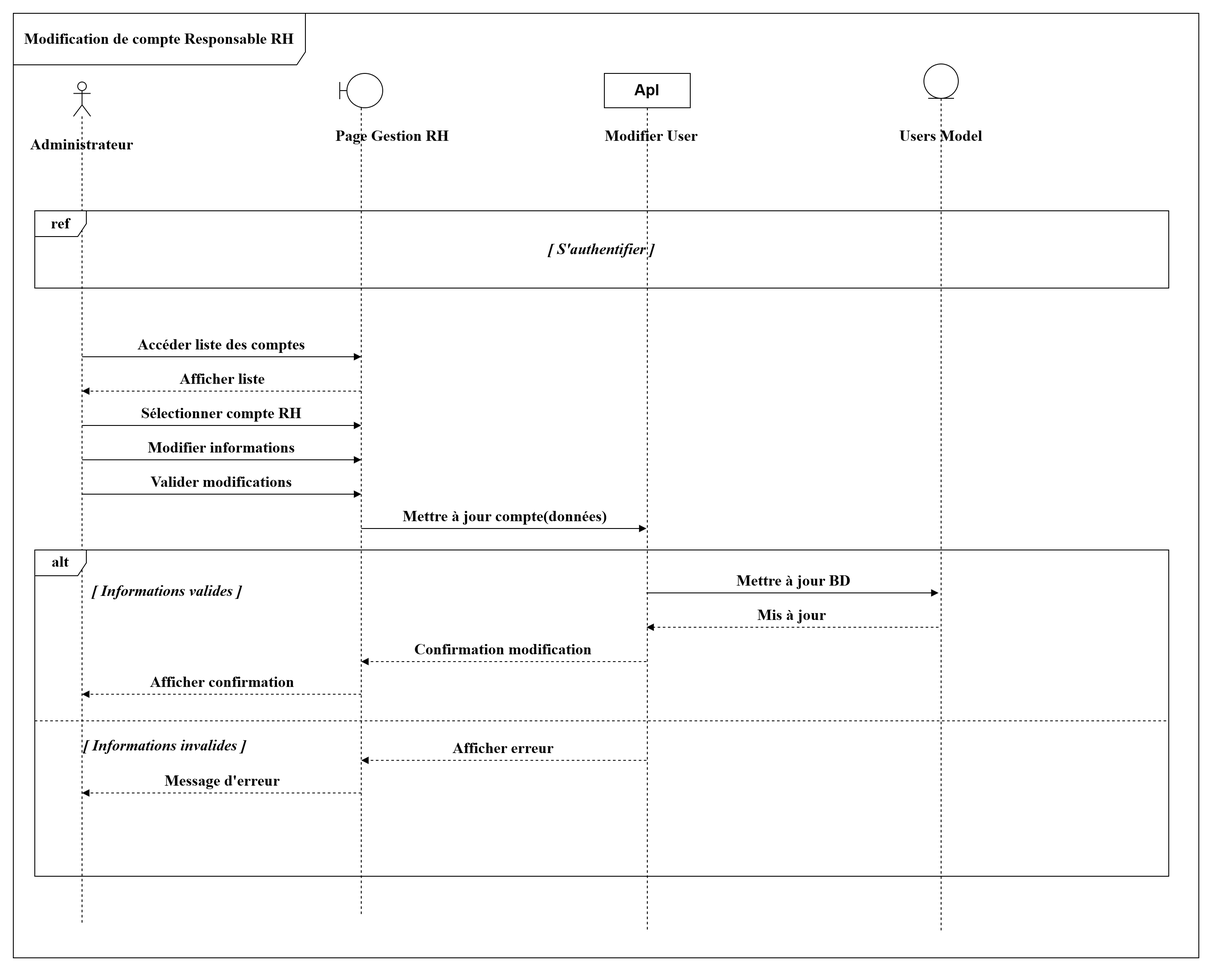
louu7895/pfe keeps this draw.io diagram as projet/images/digf/ss1/modifier_compte_rhg.drawio.png. Above is the earlier version. Source tidied: cells renumbered, new cells last; positions are measured from the earlier drawing's top-left corner, leaving out a move shared by most shapes.
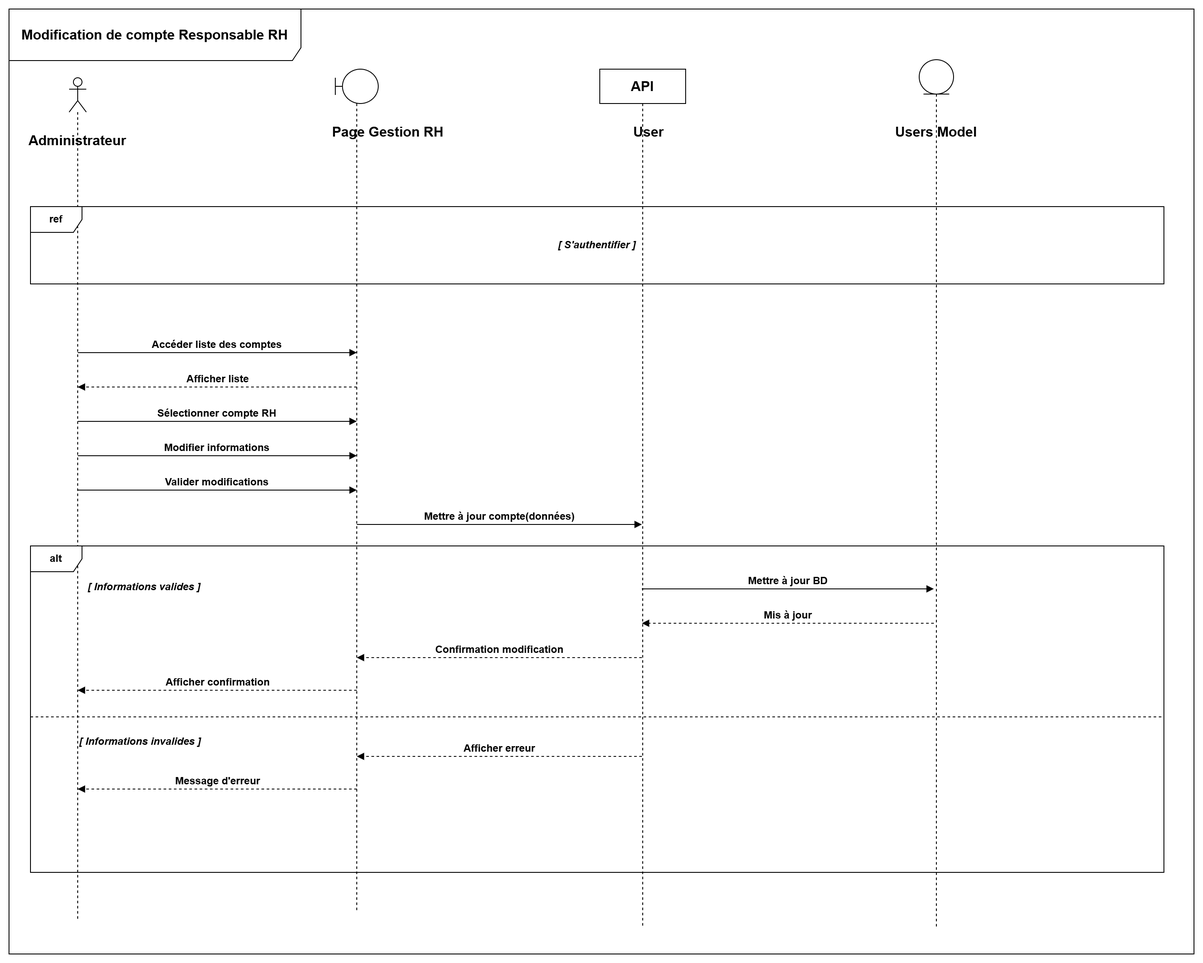
The same diagram one commit later.

What changed in the source:
```diff
@@ -2,121 +2,121 @@
   <root>
     <mxCell id="0" />
     <mxCell id="1" parent="0" />
-    <mxCell id="2" style="shape=umlLifeline;perimeter=lifelinePerimeter;whiteSpace=wrap;html=1;newEdgeStyle={&quot;curved&quot;:0,&quot;rounded&quot;:0};participant=umlActor;fontSize=18;fontFamily=Times New Roman;fontStyle=1;" parent="1" vertex="1">
+    <mxCell id="2" style="shape=umlLifeline;perimeter=lifelinePerimeter;whiteSpace=wrap;html=1;newEdgeStyle={&quot;curved&quot;:0,&quot;rounded&quot;:0};participant=umlActor;fontSize=16;fontFamily=Helvetica;fontStyle=1;" parent="1" vertex="1">
       <mxGeometry x="70" y="80" width="20" height="980" as="geometry" />
     </mxCell>
-    <mxCell id="3" style="shape=umlLifeline;perimeter=lifelinePerimeter;whiteSpace=wrap;html=1;newEdgeStyle={&quot;curved&quot;:0,&quot;rounded&quot;:0};participant=umlBoundary;fontSize=18;fontFamily=Times New Roman;fontStyle=1;" parent="1" vertex="1">
+    <mxCell id="3" style="shape=umlLifeline;perimeter=lifelinePerimeter;whiteSpace=wrap;html=1;newEdgeStyle={&quot;curved&quot;:0,&quot;rounded&quot;:0};participant=umlBoundary;fontSize=16;fontFamily=Helvetica;fontStyle=1;" parent="1" vertex="1">
       <mxGeometry x="380" y="70" width="50" height="980" as="geometry" />
     </mxCell>
-    <mxCell id="4" style="shape=umlLifeline;perimeter=lifelinePerimeter;whiteSpace=wrap;html=1;newEdgeStyle={&quot;curved&quot;:0,&quot;rounded&quot;:0};participant=umlEntity;fontSize=18;fontFamily=Times New Roman;fontStyle=1;" parent="1" vertex="1">
+    <mxCell id="4" style="shape=umlLifeline;perimeter=lifelinePerimeter;whiteSpace=wrap;html=1;newEdgeStyle={&quot;curved&quot;:0,&quot;rounded&quot;:0};participant=umlEntity;fontSize=16;fontFamily=Helvetica;fontStyle=1;" parent="1" vertex="1">
       <mxGeometry x="1060" y="59" width="40" height="1011" as="geometry" />
     </mxCell>
-    <mxCell id="5" value="Administrateur" style="text;html=1;whiteSpace=wrap;strokeColor=none;fillColor=none;align=center;verticalAlign=middle;rounded=0;fontSize=18;fontStyle=1;fontFamily=Times New Roman;" parent="1" vertex="1">
+    <mxCell id="5" value="Administrateur" style="text;html=1;whiteSpace=wrap;strokeColor=none;fillColor=none;align=center;verticalAlign=middle;rounded=0;fontSize=16;fontStyle=1;fontFamily=Helvetica;" parent="1" vertex="1">
       <mxGeometry x="15" y="140" width="130" height="25" as="geometry" />
     </mxCell>
-    <mxCell id="6" value="&amp;nbsp;Page Gestion RH&amp;nbsp;" style="text;html=1;whiteSpace=wrap;strokeColor=none;fillColor=none;align=center;verticalAlign=middle;rounded=0;fontSize=18;fontStyle=1;fontFamily=Times New Roman;" parent="1" vertex="1">
+    <mxCell id="6" value="&amp;nbsp;Page Gestion RH&amp;nbsp;" style="text;html=1;whiteSpace=wrap;strokeColor=none;fillColor=none;align=center;verticalAlign=middle;rounded=0;fontSize=16;fontStyle=1;fontFamily=Helvetica;" parent="1" vertex="1">
       <mxGeometry x="333" y="130" width="217" height="25" as="geometry" />
     </mxCell>
-    <mxCell id="7" value="Modifier User" style="text;html=1;whiteSpace=wrap;strokeColor=none;fillColor=none;align=center;verticalAlign=middle;rounded=0;fontSize=18;fontStyle=1;fontFamily=Times New Roman;" parent="1" vertex="1">
+    <mxCell id="7" value="&amp;nbsp;User" style="text;html=1;whiteSpace=wrap;strokeColor=none;fillColor=none;align=center;verticalAlign=middle;rounded=0;fontSize=16;fontStyle=1;fontFamily=Helvetica;" parent="1" vertex="1">
       <mxGeometry x="678" y="130" width="130" height="25" as="geometry" />
     </mxCell>
-    <mxCell id="8" value="Users Model" style="text;html=1;whiteSpace=wrap;strokeColor=none;fillColor=none;align=center;verticalAlign=middle;rounded=0;fontSize=18;fontStyle=1;fontFamily=Times New Roman;" parent="1" vertex="1">
+    <mxCell id="8" value="Users Model" style="text;html=1;whiteSpace=wrap;strokeColor=none;fillColor=none;align=center;verticalAlign=middle;rounded=0;fontSize=16;fontStyle=1;fontFamily=Helvetica;" parent="1" vertex="1">
       <mxGeometry x="1025" y="130" width="110" height="25" as="geometry" />
     </mxCell>
-    <mxCell id="9" value="Modification de compte Responsable RH" style="shape=umlFrame;whiteSpace=wrap;html=1;width=340;height=60;fontSize=18;fontFamily=Times New Roman;fontStyle=1;" parent="1" vertex="1">
+    <mxCell id="9" value="Modification de compte Responsable RH" style="shape=umlFrame;whiteSpace=wrap;html=1;width=340;height=60;fontSize=16;fontFamily=Helvetica;fontStyle=1;" parent="1" vertex="1">
       <mxGeometry width="1380" height="1100" as="geometry" />
     </mxCell>
-    <mxCell id="10" value="ref" style="shape=umlFrame;whiteSpace=wrap;html=1;fontSize=18;fontFamily=Times New Roman;fontStyle=1;" parent="1" vertex="1">
+    <mxCell id="10" value="ref" style="shape=umlFrame;whiteSpace=wrap;html=1;fontSize=12;fontFamily=Helvetica;fontStyle=1;" parent="1" vertex="1">
       <mxGeometry x="25" y="230" width="1320" height="90" as="geometry" />
     </mxCell>
-    <mxCell id="11" value="[ S'authentifier ]" style="text;html=1;whiteSpace=wrap;strokeColor=none;fillColor=none;align=center;verticalAlign=middle;rounded=0;fontSize=18;fontStyle=3;fontFamily=Times New Roman;" parent="1" vertex="1">
+    <mxCell id="11" value="[ S'authentifier ]" style="text;html=1;whiteSpace=wrap;strokeColor=none;fillColor=none;align=center;verticalAlign=middle;rounded=0;fontSize=12;fontStyle=3;fontFamily=Helvetica;" parent="1" vertex="1">
       <mxGeometry x="585" y="260" width="200" height="30" as="geometry" />
     </mxCell>
-    <mxCell id="12" value="Accéder liste des comptes" style="html=1;verticalAlign=bottom;endArrow=block;curved=0;rounded=0;fontSize=18;fontFamily=Times New Roman;fontStyle=1;" parent="1" edge="1">
+    <mxCell id="12" value="Accéder liste des comptes" style="html=1;verticalAlign=bottom;endArrow=block;curved=0;rounded=0;fontSize=12;fontFamily=Helvetica;fontStyle=1;" parent="1" edge="1">
       <mxGeometry relative="1" as="geometry">
         <mxPoint x="80" y="400" as="sourcePoint" />
         <mxPoint x="405" y="400" as="targetPoint" />
       </mxGeometry>
     </mxCell>
-    <mxCell id="13" value="Afficher liste" style="html=1;verticalAlign=bottom;endArrow=block;curved=1;rounded=0;dashed=1;fontSize=18;fontFamily=Times New Roman;fontStyle=1;" parent="1" edge="1">
+    <mxCell id="13" value="Afficher liste" style="html=1;verticalAlign=bottom;endArrow=block;curved=1;rounded=0;dashed=1;fontSize=12;fontFamily=Helvetica;fontStyle=1;" parent="1" edge="1">
       <mxGeometry relative="1" as="geometry">
         <mxPoint x="405" y="440" as="sourcePoint" />
         <mxPoint x="80" y="440" as="targetPoint" />
       </mxGeometry>
     </mxCell>
-    <mxCell id="14" value="Sélectionner compte RH" style="html=1;verticalAlign=bottom;endArrow=block;curved=0;rounded=0;fontSize=18;fontFamily=Times New Roman;fontStyle=1;" parent="1" edge="1">
+    <mxCell id="14" value="Sélectionner compte RH" style="html=1;verticalAlign=bottom;endArrow=block;curved=0;rounded=0;fontSize=12;fontFamily=Helvetica;fontStyle=1;" parent="1" edge="1">
       <mxGeometry relative="1" as="geometry">
         <mxPoint x="80" y="480" as="sourcePoint" />
         <mxPoint x="405" y="480" as="targetPoint" />
       </mxGeometry>
     </mxCell>
-    <mxCell id="15" value="Modifier informations" style="html=1;verticalAlign=bottom;endArrow=block;curved=0;rounded=0;fontSize=18;fontFamily=Times New Roman;fontStyle=1;" parent="1" edge="1">
+    <mxCell id="15" value="Modifier informations" style="html=1;verticalAlign=bottom;endArrow=block;curved=0;rounded=0;fontSize=12;fontFamily=Helvetica;fontStyle=1;" parent="1" edge="1">
       <mxGeometry relative="1" as="geometry">
         <mxPoint x="80" y="520" as="sourcePoint" />
         <mxPoint x="405" y="520" as="targetPoint" />
       </mxGeometry>
     </mxCell>
-    <mxCell id="16" value="Valider modifications" style="html=1;verticalAlign=bottom;endArrow=block;curved=0;rounded=0;fontSize=18;fontFamily=Times New Roman;fontStyle=1;" parent="1" edge="1">
+    <mxCell id="16" value="Valider modifications" style="html=1;verticalAlign=bottom;endArrow=block;curved=0;rounded=0;fontSize=12;fontFamily=Helvetica;fontStyle=1;" parent="1" edge="1">
       <mxGeometry relative="1" as="geometry">
         <mxPoint x="80" y="560" as="sourcePoint" />
         <mxPoint x="405" y="560" as="targetPoint" />
       </mxGeometry>
     </mxCell>
-    <mxCell id="17" value="Mettre à jour compte(données)" style="html=1;verticalAlign=bottom;endArrow=block;curved=0;rounded=0;fontSize=18;fontFamily=Times New Roman;fontStyle=1;" parent="1" edge="1">
+    <mxCell id="17" value="Mettre à jour compte(données)" style="html=1;verticalAlign=bottom;endArrow=block;curved=0;rounded=0;fontSize=12;fontFamily=Helvetica;fontStyle=1;" parent="1" edge="1">
       <mxGeometry relative="1" as="geometry">
         <mxPoint x="405" y="600" as="sourcePoint" />
         <mxPoint x="737" y="600" as="targetPoint" />
       </mxGeometry>
     </mxCell>
-    <mxCell id="18" value="alt" style="shape=umlFrame;whiteSpace=wrap;html=1;fontSize=18;fontFamily=Times New Roman;fontStyle=1;" parent="1" vertex="1">
+    <mxCell id="18" value="alt" style="shape=umlFrame;whiteSpace=wrap;html=1;fontSize=12;fontFamily=Helvetica;fontStyle=1;" parent="1" vertex="1">
       <mxGeometry x="25" y="625" width="1320" height="380" as="geometry" />
     </mxCell>
-    <mxCell id="19" value="[ Informations valides ]" style="text;html=1;whiteSpace=wrap;strokeColor=none;fillColor=none;align=left;verticalAlign=middle;rounded=0;fontSize=18;fontStyle=3;fontFamily=Times New Roman;" parent="1" vertex="1">
+    <mxCell id="19" value="[ Informations valides ]" style="text;html=1;whiteSpace=wrap;strokeColor=none;fillColor=none;align=left;verticalAlign=middle;rounded=0;fontSize=12;fontStyle=3;fontFamily=Helvetica;" parent="1" vertex="1">
       <mxGeometry x="90" y="660" width="210" height="25" as="geometry" />
     </mxCell>
-    <mxCell id="20" value="Mettre à jour BD" style="html=1;verticalAlign=bottom;endArrow=block;curved=0;rounded=0;fontSize=18;fontFamily=Times New Roman;fontStyle=1;" parent="1" edge="1">
+    <mxCell id="20" value="Mettre à jour BD" style="html=1;verticalAlign=bottom;endArrow=block;curved=0;rounded=0;fontSize=12;fontFamily=Helvetica;fontStyle=1;" parent="1" edge="1">
       <mxGeometry relative="1" as="geometry">
         <mxPoint x="737" y="675" as="sourcePoint" />
         <mxPoint x="1077" y="675" as="targetPoint" />
       </mxGeometry>
     </mxCell>
-    <mxCell id="21" value="Mis à jour" style="html=1;verticalAlign=bottom;endArrow=block;curved=1;rounded=0;dashed=1;fontSize=18;fontFamily=Times New Roman;fontStyle=1;" parent="1" edge="1">
+    <mxCell id="21" value="Mis à jour" style="html=1;verticalAlign=bottom;endArrow=block;curved=1;rounded=0;dashed=1;fontSize=12;fontFamily=Helvetica;fontStyle=1;" parent="1" edge="1">
       <mxGeometry relative="1" as="geometry">
         <mxPoint x="1077" y="715" as="sourcePoint" />
         <mxPoint x="737" y="715" as="targetPoint" />
       </mxGeometry>
     </mxCell>
-    <mxCell id="22" value="Confirmation modification" style="html=1;verticalAlign=bottom;endArrow=block;curved=1;rounded=0;dashed=1;fontSize=18;fontFamily=Times New Roman;fontStyle=1;" parent="1" edge="1">
+    <mxCell id="22" value="Confirmation modification" style="html=1;verticalAlign=bottom;endArrow=block;curved=1;rounded=0;dashed=1;fontSize=12;fontFamily=Helvetica;fontStyle=1;" parent="1" edge="1">
       <mxGeometry relative="1" as="geometry">
         <mxPoint x="737" y="755" as="sourcePoint" />
         <mxPoint x="405" y="755" as="targetPoint" />
       </mxGeometry>
     </mxCell>
-    <mxCell id="23" value="Afficher confirmation" style="html=1;verticalAlign=bottom;endArrow=block;curved=1;rounded=0;dashed=1;fontSize=18;fontFamily=Times New Roman;fontStyle=1;" parent="1" edge="1">
+    <mxCell id="23" value="Afficher confirmation" style="html=1;verticalAlign=bottom;endArrow=block;curved=1;rounded=0;dashed=1;fontSize=12;fontFamily=Helvetica;fontStyle=1;" parent="1" edge="1">
       <mxGeometry relative="1" as="geometry">
         <mxPoint x="405" y="793" as="sourcePoint" />
         <mxPoint x="80" y="793" as="targetPoint" />
       </mxGeometry>
     </mxCell>
-    <mxCell id="24" style="line;strokeWidth=1;fillColor=none;align=left;verticalAlign=middle;spacingTop=-1;spacingLeft=3;spacingRight=3;labelPosition=right;strokeColor=inherit;dashed=1;fontSize=18;fontFamily=Times New Roman;fontStyle=1;" parent="1" vertex="1">
+    <mxCell id="24" style="line;strokeWidth=1;fillColor=none;align=left;verticalAlign=middle;spacingTop=-1;spacingLeft=3;spacingRight=3;labelPosition=right;strokeColor=inherit;dashed=1;fontSize=12;fontFamily=Helvetica;fontStyle=1;" parent="1" vertex="1">
       <mxGeometry x="25" y="820" width="1320" height="8" as="geometry" />
     </mxCell>
-    <mxCell id="25" value="[ Informations invalides ]" style="text;html=1;whiteSpace=wrap;strokeColor=none;fillColor=none;align=left;verticalAlign=middle;rounded=0;fontSize=18;fontStyle=3;fontFamily=Times New Roman;" parent="1" vertex="1">
+    <mxCell id="25" value="[ Informations invalides ]" style="text;html=1;whiteSpace=wrap;strokeColor=none;fillColor=none;align=left;verticalAlign=middle;rounded=0;fontSize=12;fontStyle=3;fontFamily=Helvetica;" parent="1" vertex="1">
       <mxGeometry x="80" y="840" width="220" height="25" as="geometry" />
     </mxCell>
-    <mxCell id="26" value="Afficher erreur" style="html=1;verticalAlign=bottom;endArrow=block;curved=1;rounded=0;dashed=1;fontSize=18;fontFamily=Times New Roman;fontStyle=1;" parent="1" edge="1">
+    <mxCell id="26" value="Afficher erreur" style="html=1;verticalAlign=bottom;endArrow=block;curved=1;rounded=0;dashed=1;fontSize=12;fontFamily=Helvetica;fontStyle=1;" parent="1" edge="1">
       <mxGeometry relative="1" as="geometry">
         <mxPoint x="737" y="870" as="sourcePoint" />
         <mxPoint x="405" y="870" as="targetPoint" />
       </mxGeometry>
     </mxCell>
-    <mxCell id="27" value="Message d'erreur" style="html=1;verticalAlign=bottom;endArrow=block;curved=1;rounded=0;dashed=1;fontSize=18;fontFamily=Times New Roman;fontStyle=1;" parent="1" edge="1">
+    <mxCell id="27" value="Message d'erreur" style="html=1;verticalAlign=bottom;endArrow=block;curved=1;rounded=0;dashed=1;fontSize=12;fontFamily=Helvetica;fontStyle=1;" parent="1" edge="1">
       <mxGeometry relative="1" as="geometry">
         <mxPoint x="405" y="908" as="sourcePoint" />
         <mxPoint x="80" y="908" as="targetPoint" />
       </mxGeometry>
     </mxCell>
-    <mxCell id="28" value="ApI" style="shape=umlLifeline;perimeter=lifelinePerimeter;whiteSpace=wrap;html=1;newEdgeStyle={&quot;curved&quot;:0,&quot;rounded&quot;:0};fontSize=18;fontStyle=1;" parent="1" vertex="1">
+    <mxCell id="28" value="API" style="shape=umlLifeline;perimeter=lifelinePerimeter;whiteSpace=wrap;html=1;newEdgeStyle={&quot;curved&quot;:0,&quot;rounded&quot;:0};fontSize=16;fontStyle=1;fontFamily=Helvetica;" parent="1" vertex="1">
       <mxGeometry x="688" y="70" width="100" height="1000" as="geometry" />
     </mxCell>
   </root>
```
